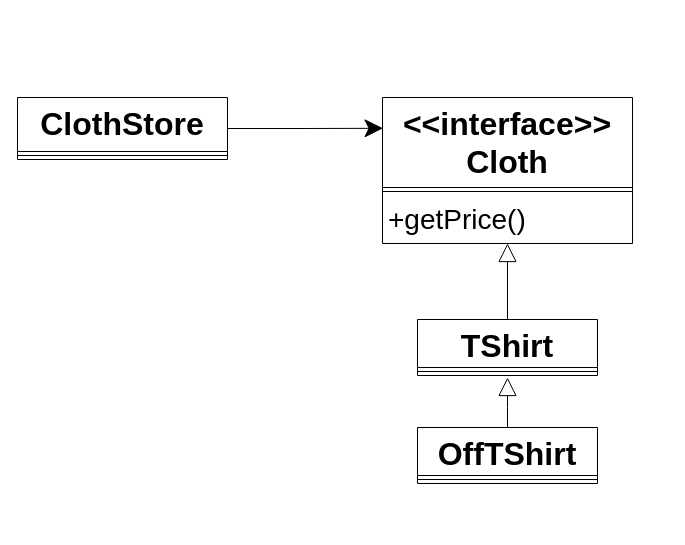
yyc-git/3DProgramPattern keeps this draw.io diagram as packages/再看设计原则/开闭原则/2.drawio. Above is the earlier version. Source tidied: cells renumbered, new cells numbered last; positions are measured from the earlier drawing's top-left corner, leaving out a move shared by most shapes. Both pictures are drawn from the tidied source at 100%, with x=0, y=0 at pixel (17, 97).
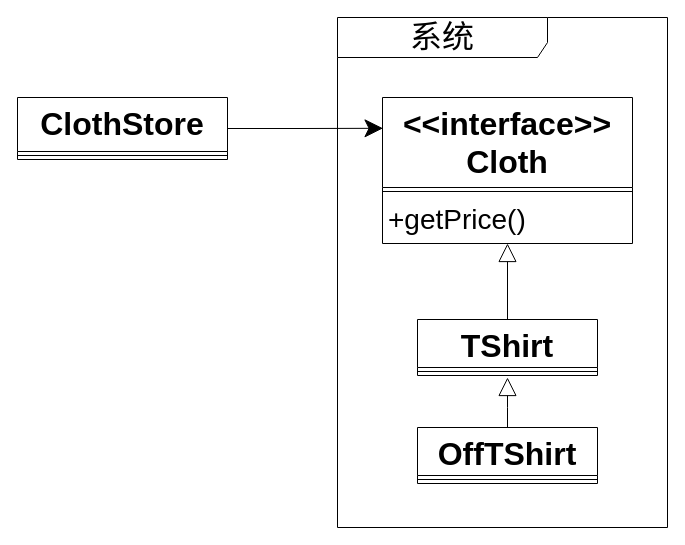
The same page after the edit.

What changed in the source:
```diff
@@
 <mxGraphModel>
   <root>
     <mxCell id="0" />
     <mxCell id="1" parent="0" />
     <mxCell id="2" style="edgeStyle=orthogonalEdgeStyle;rounded=0;jettySize=auto;html=1;endArrow=classic;endFill=1;startSize=16;endSize=16;entryX=0.002;entryY=0.211;entryDx=0;entryDy=0;entryPerimeter=0;" parent="1" edge="1" source="3" target="5">
       <mxGeometry relative="1" as="geometry" />
     </mxCell>
     <mxCell id="3" value="ClothStore" style="swimlane;fontStyle=1;align=center;verticalAlign=top;horizontal=1;startSize=54;fontSize=32;" parent="1" vertex="1">
       <mxGeometry width="210" height="62" as="geometry" />
     </mxCell>
     <mxCell id="4" style="line;strokeWidth=1;fillColor=none;align=left;verticalAlign=middle;spacingTop=-1;spacingLeft=3;spacingRight=3;labelPosition=right;" parent="3" vertex="1">
       <mxGeometry y="54" width="210" height="8" as="geometry" />
     </mxCell>
     <mxCell id="5" value="&lt;&lt;interface&gt;&gt;&#10;Cloth" style="swimlane;fontStyle=1;align=center;verticalAlign=top;horizontal=1;startSize=90;fontSize=32;" parent="1" vertex="1">
       <mxGeometry x="365" width="250" height="146" as="geometry" />
     </mxCell>
     <mxCell id="6" style="line;strokeWidth=1;fillColor=none;align=left;verticalAlign=middle;spacingTop=-1;spacingLeft=3;spacingRight=3;labelPosition=right;" parent="5" vertex="1">
       <mxGeometry y="90" width="250" height="8" as="geometry" />
     </mxCell>
     <mxCell id="7" value="+getPrice()" style="text;strokeColor=none;fillColor=none;align=left;verticalAlign=top;spacingLeft=4;spacingRight=4;overflow=hidden;points=[[0,0.5],[1,0.5]];portConstraint=eastwest;fontSize=28;" parent="5" vertex="1">
       <mxGeometry y="98" width="250" height="48" as="geometry" />
     </mxCell>
     <mxCell id="8" style="edgeStyle=orthogonalEdgeStyle;rounded=0;jettySize=auto;html=1;entryX=0.5;entryY=1;entryDx=0;entryDy=0;entryPerimeter=0;endArrow=block;endFill=0;endSize=16;startSize=16;" parent="1" edge="1" source="9" target="7">
       <mxGeometry relative="1" as="geometry" />
     </mxCell>
     <mxCell id="9" value="TShirt" style="swimlane;fontStyle=1;align=center;verticalAlign=top;horizontal=1;startSize=48;fontSize=32;" parent="1" vertex="1">
       <mxGeometry x="400" y="222" width="180" height="56" as="geometry" />
     </mxCell>
     <mxCell id="10" style="line;strokeWidth=1;fillColor=none;align=left;verticalAlign=middle;spacingTop=-1;spacingLeft=3;spacingRight=3;labelPosition=right;" parent="9" vertex="1">
       <mxGeometry y="48" width="180" height="8" as="geometry" />
     </mxCell>
     <mxCell id="11" style="edgeStyle=orthogonalEdgeStyle;rounded=0;jettySize=auto;html=1;endArrow=block;endFill=0;endSize=16;startSize=16;" parent="1" edge="1" source="12">
       <mxGeometry relative="1" as="geometry">
         <mxPoint x="490" y="280" as="targetPoint" />
       </mxGeometry>
     </mxCell>
     <mxCell id="12" value="OffTShirt" style="swimlane;fontStyle=1;align=center;verticalAlign=top;horizontal=1;startSize=48;fontSize=32;" parent="1" vertex="1">
       <mxGeometry x="400" y="330" width="180" height="56" as="geometry" />
     </mxCell>
     <mxCell id="13" style="line;strokeWidth=1;fillColor=none;align=left;verticalAlign=middle;spacingTop=-1;spacingLeft=3;spacingRight=3;labelPosition=right;" parent="12" vertex="1">
       <mxGeometry y="48" width="180" height="8" as="geometry" />
     </mxCell>
+    <mxCell id="14" value="&lt;font style=&quot;font-size: 32px&quot;&gt;系统&lt;/font&gt;" style="shape=umlFrame;whiteSpace=wrap;html=1;width=210;height=40;fontSize=32;" parent="1" vertex="1">
+      <mxGeometry x="320" y="-80" width="330" height="510" as="geometry" />
+    </mxCell>
   </root>
 </mxGraphModel>
```
